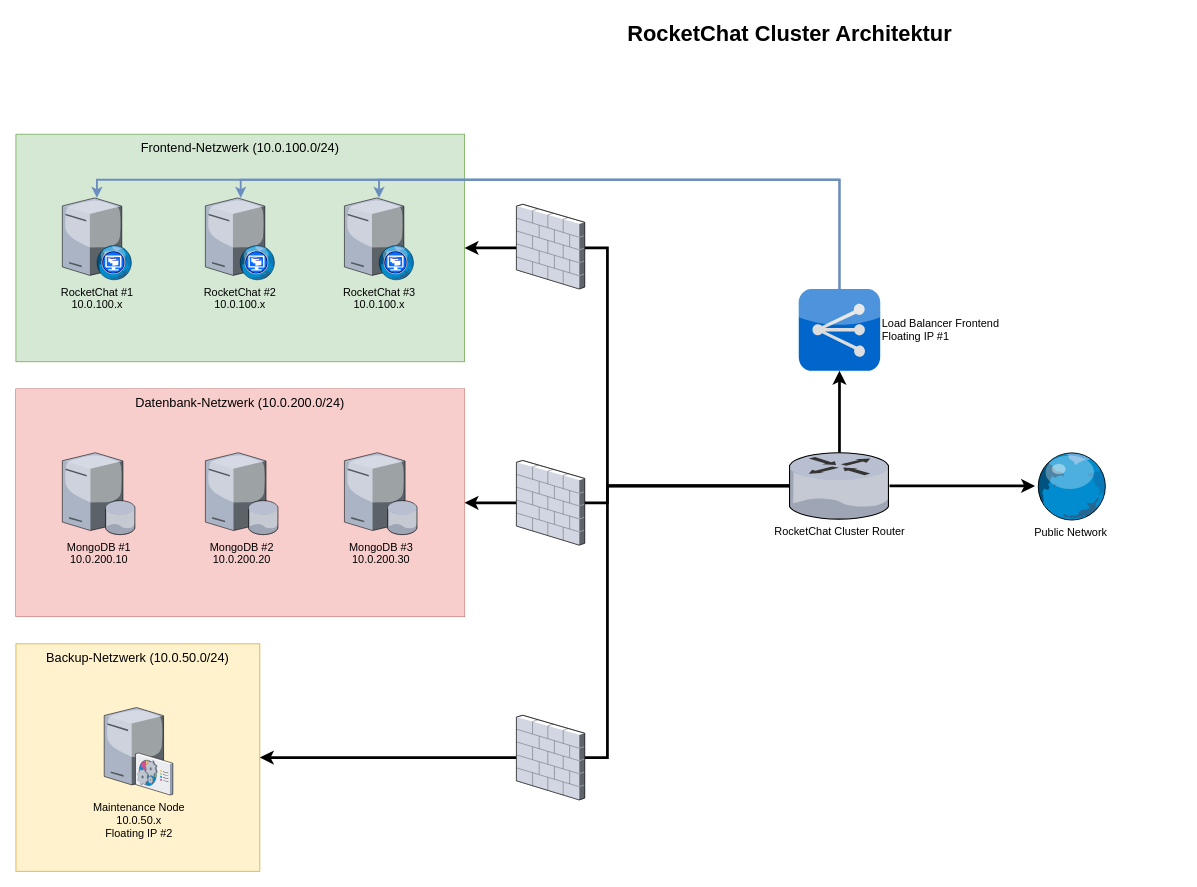
Above: doc/diagramm.drawio in jbreitung/openstack-rocketchat (draw.io), before the change. Source tidied: cells renumbered, new cells numbered last; positions are measured from the earlier drawing's top-left corner, leaving out a move shared by most shapes. Both pictures are drawn from the tidied source at 91%, with x=0, y=0 at pixel (15, 15).
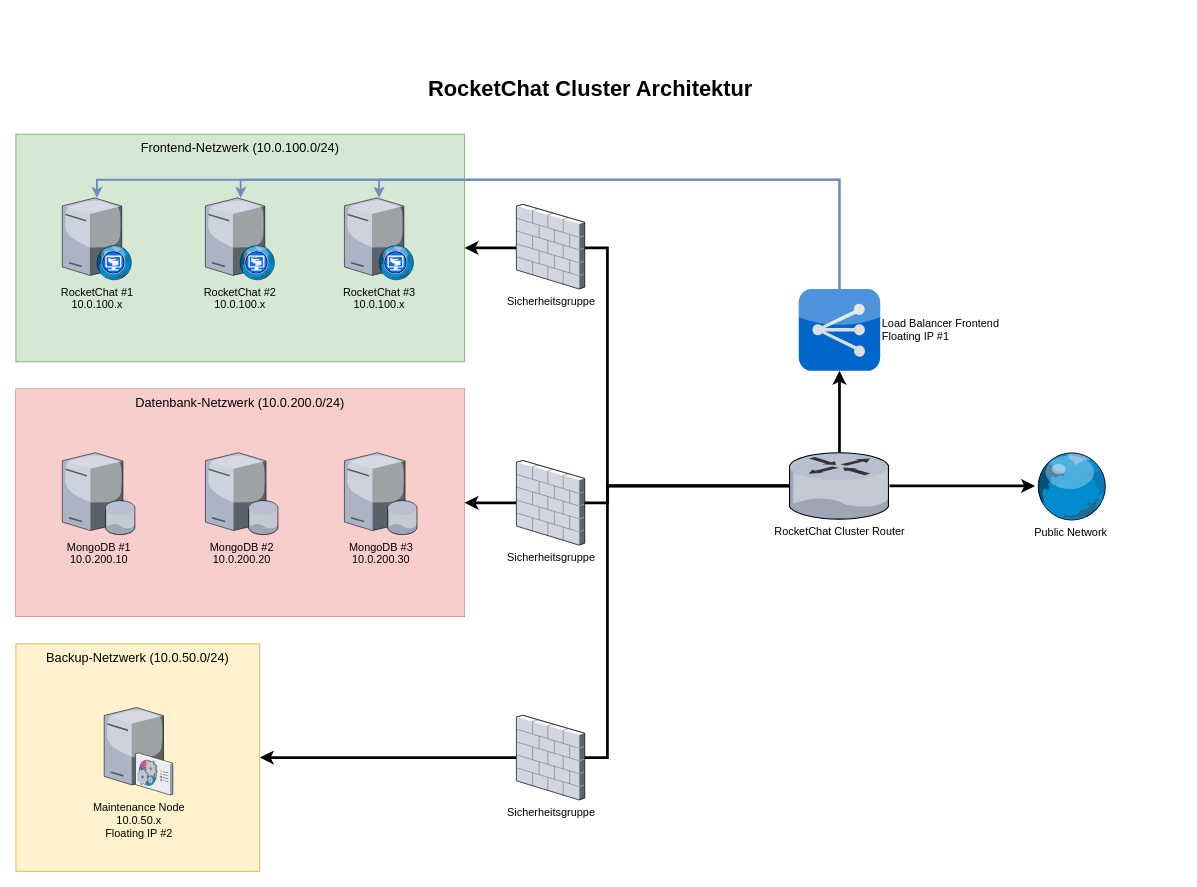
The same page after the edit.

Change to the diagram source:
```diff
@@
     <mxCell id="2" value="RocketChat Cluster Architektur" style="text;strokeColor=none;fillColor=none;html=1;fontSize=24;fontStyle=1;verticalAlign=middle;align=center;" parent="1" vertex="1">
-      <mxGeometry x="419" width="861" height="40" as="geometry" />
+      <mxGeometry x="200" y="60" width="861" height="40" as="geometry" />
     </mxCell>
@@
-    <mxCell id="27" style="verticalLabelPosition=bottom;html=1;verticalAlign=top;strokeColor=none;align=center;shape=mxgraph.citrix.firewall;fillColor=#0066CC;gradientColor=none;" parent="1" vertex="1">
+    <mxCell id="27" value="Sicherheitsgruppe" style="verticalLabelPosition=bottom;html=1;verticalAlign=top;strokeColor=none;align=center;shape=mxgraph.citrix.firewall;fillColor=#0066CC;gradientColor=none;" parent="1" vertex="1">
       <mxGeometry x="550" y="207" width="75" height="93" as="geometry" />
     </mxCell>
-    <mxCell id="28" style="verticalLabelPosition=bottom;html=1;verticalAlign=top;strokeColor=none;align=center;shape=mxgraph.citrix.firewall;fillColor=#0066CC;gradientColor=none;" parent="1" vertex="1">
+    <mxCell id="28" value="Sicherheitsgruppe" style="verticalLabelPosition=bottom;html=1;verticalAlign=top;strokeColor=none;align=center;shape=mxgraph.citrix.firewall;fillColor=#0066CC;gradientColor=none;" parent="1" vertex="1">
       <mxGeometry x="550" y="488.5" width="75" height="93" as="geometry" />
     </mxCell>
-    <mxCell id="29" style="verticalLabelPosition=bottom;html=1;verticalAlign=top;strokeColor=none;align=center;shape=mxgraph.citrix.firewall;fillColor=#0066CC;gradientColor=none;" parent="1" vertex="1">
+    <mxCell id="29" value="Sicherheitsgruppe" style="verticalLabelPosition=bottom;html=1;verticalAlign=top;strokeColor=none;align=center;shape=mxgraph.citrix.firewall;fillColor=#0066CC;gradientColor=none;" parent="1" vertex="1">
       <mxGeometry x="550" y="768.5" width="75" height="93" as="geometry" />
     </mxCell>
```
